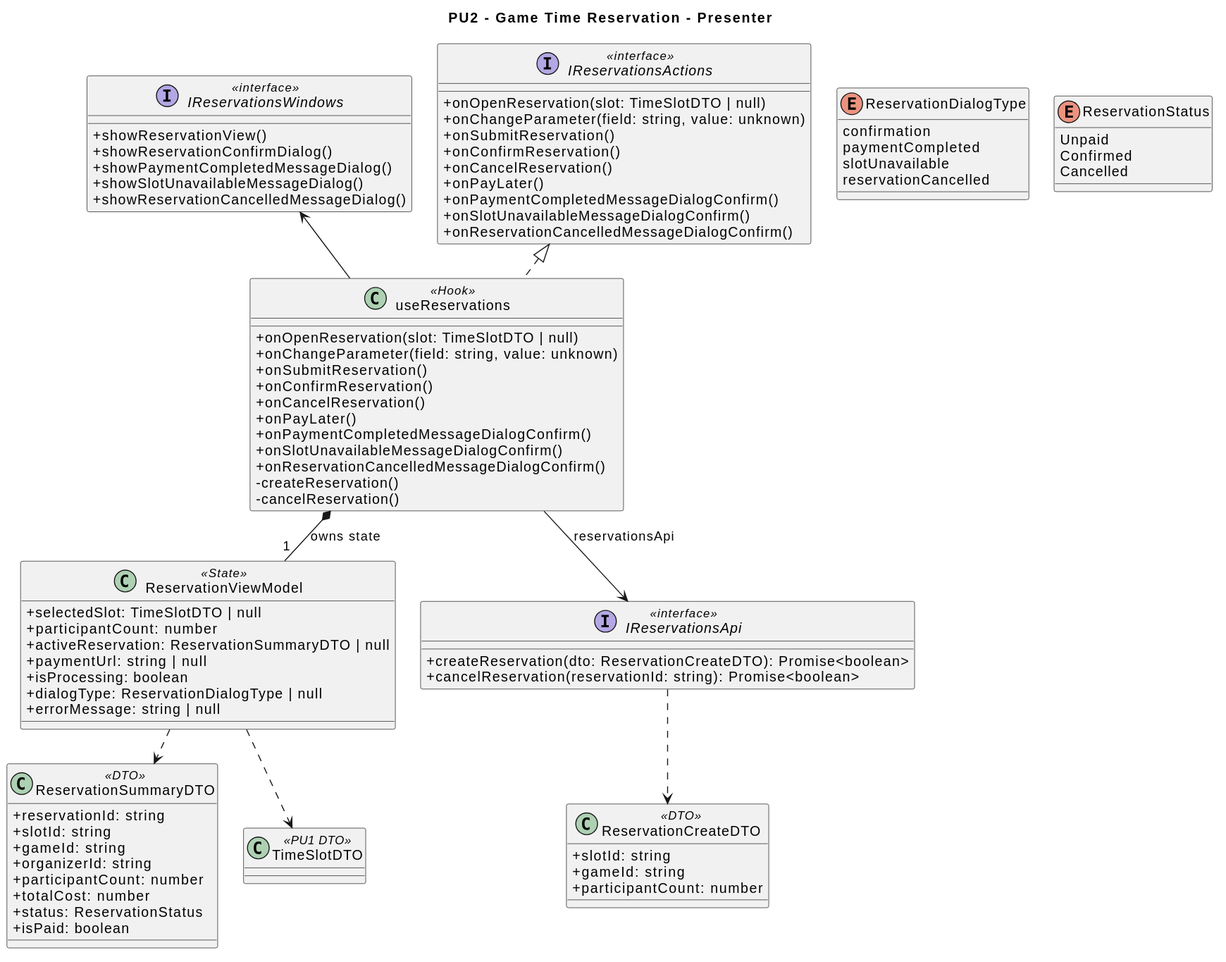
Earlier version of the PlantUML export diagrams/frontend/rendered/reservation-presenter.svg (Igor-Ochocki/POP-2026Z).
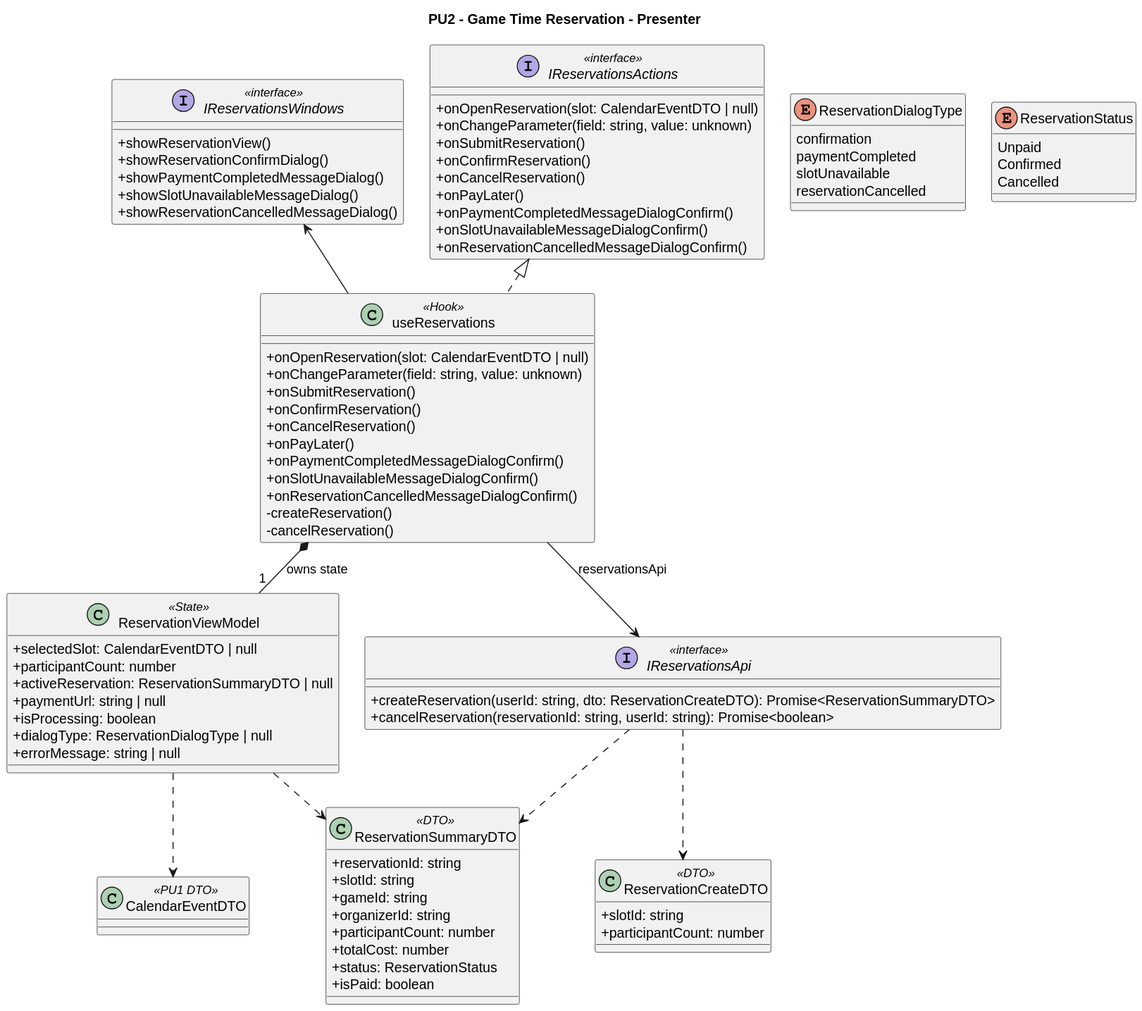
Above is the later version.

The edit, as a diff of the source:
```diff
@@ -10,7 +10,7 @@
 title PU2 - Game Time Reservation - Presenter
 
 class useReservations <<Hook>> {
-    + onOpenReservation(slot: TimeSlotDTO | null)
+    + onOpenReservation(slot: CalendarEventDTO | null)
     + onChangeParameter(field: string, value: unknown)
     + onSubmitReservation()
     + onConfirmReservation()
@@ -24,7 +24,7 @@
 }
 
 interface IReservationsActions <<interface>> {
-    + onOpenReservation(slot: TimeSlotDTO | null)
+    + onOpenReservation(slot: CalendarEventDTO | null)
     + onChangeParameter(field: string, value: unknown)
     + onSubmitReservation()
     + onConfirmReservation()
@@ -44,7 +44,7 @@
 }
 
 class ReservationViewModel <<State>> {
-    + selectedSlot: TimeSlotDTO | null
+    + selectedSlot: CalendarEventDTO | null
     + participantCount: number
     + activeReservation: ReservationSummaryDTO | null
     + paymentUrl: string | null
@@ -72,19 +72,16 @@
 }
 
 interface IReservationsApi <<interface>> {
-    + createReservation(dto: ReservationCreateDTO): Promise<boolean>
-    + cancelReservation(reservationId: string): Promise<boolean>
+    + createReservation(userId: string, dto: ReservationCreateDTO): Promise<ReservationSummaryDTO>
+    + cancelReservation(reservationId: string, userId: string): Promise<boolean>
 }
 
 class ReservationCreateDTO <<DTO>> {
     + slotId: string
-    + gameId: string
     + participantCount: number
 }
 
-
-
-class TimeSlotDTO <<PU1 DTO>>
+class CalendarEventDTO <<PU1 DTO>>
 
 enum ReservationStatus {
     Unpaid
@@ -97,8 +94,9 @@
 useReservations --> IReservationsApi : reservationsApi
 useReservations *-- "1" ReservationViewModel : owns state
 
-ReservationViewModel ..> TimeSlotDTO
+ReservationViewModel ..> CalendarEventDTO
 ReservationViewModel ..> ReservationSummaryDTO
 
 IReservationsApi ..> ReservationCreateDTO
+IReservationsApi ..> ReservationSummaryDTO
 @enduml
```
